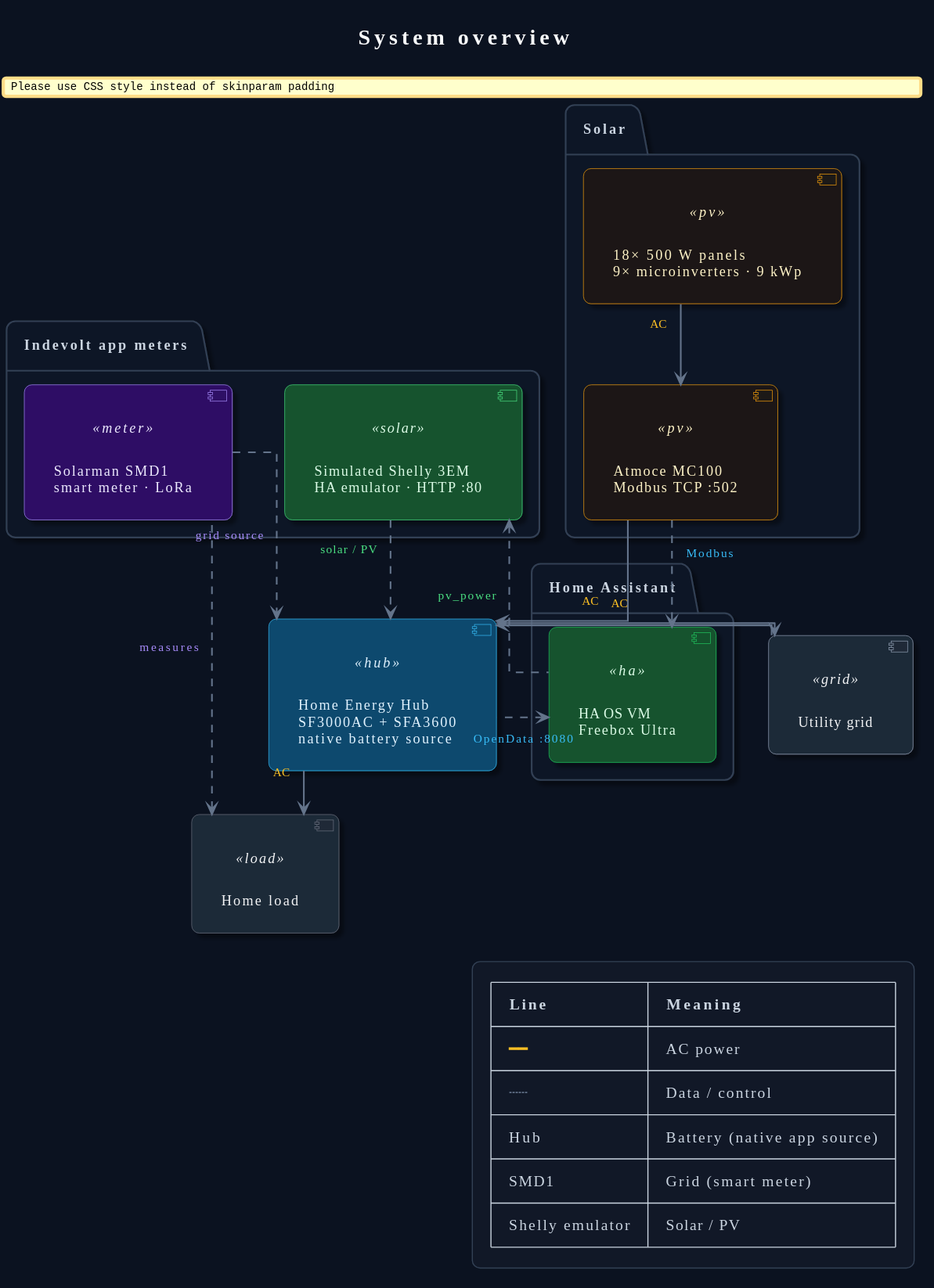
Earlier version of the PlantUML export docs/diagrams/system-overview.svg (josephprem/ha-atmoce-indevolt).
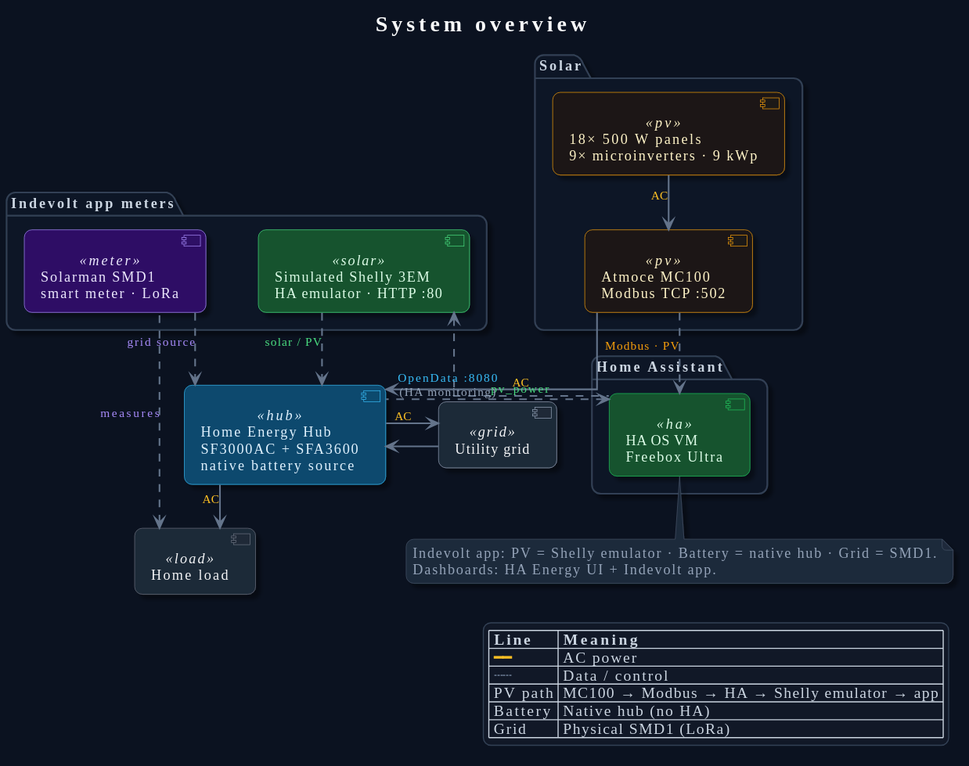
Later version of the same file.

The edit, as a diff of the source:
```diff
@@ -8,7 +8,6 @@
 skinparam linetype ortho
 skinparam nodesep 48
 skinparam ranksep 40
-skinparam padding 12
 
 skinparam title {
   FontColor #f9fafb
@@ -102,9 +101,9 @@
   |= Line |= Meaning |
   | <color:#fbbf24>━━</color> | AC power |
   | <color:#64748b>┄┄</color> | Data / control |
-  | Hub | Battery (native app source) |
-  | SMD1 | Grid (smart meter) |
-  | Shelly emulator | Solar / PV |
+  | PV path | MC100 → Modbus → HA → Shelly emulator → app |
+  | Battery | Native hub (no HA) |
+  | Grid | Physical SMD1 (LoRa) |
 endlegend
 
 package "Solar" {
@@ -136,7 +135,12 @@
   component "HA OS VM\nFreebox Ultra" as ha <<ha>>
 }
 
-mc100 .right.> ha : <color:#38bdf8>Modbus</color>
-hub .left.> ha : <color:#38bdf8>OpenData :8080</color>
+mc100 .right.> ha : <color:#f59e0b>Modbus · PV</color>
 ha .up.> shelly : <color:#4ade80>pv_power</color>
+hub .left.> ha : <color:#38bdf8>OpenData :8080</color>\n(HA monitoring)
+
+note bottom of ha
+  Indevolt app: PV = Shelly emulator · Battery = native hub · Grid = SMD1.
+  Dashboards: HA Energy UI + Indevolt app.
+end note
 @enduml
```
